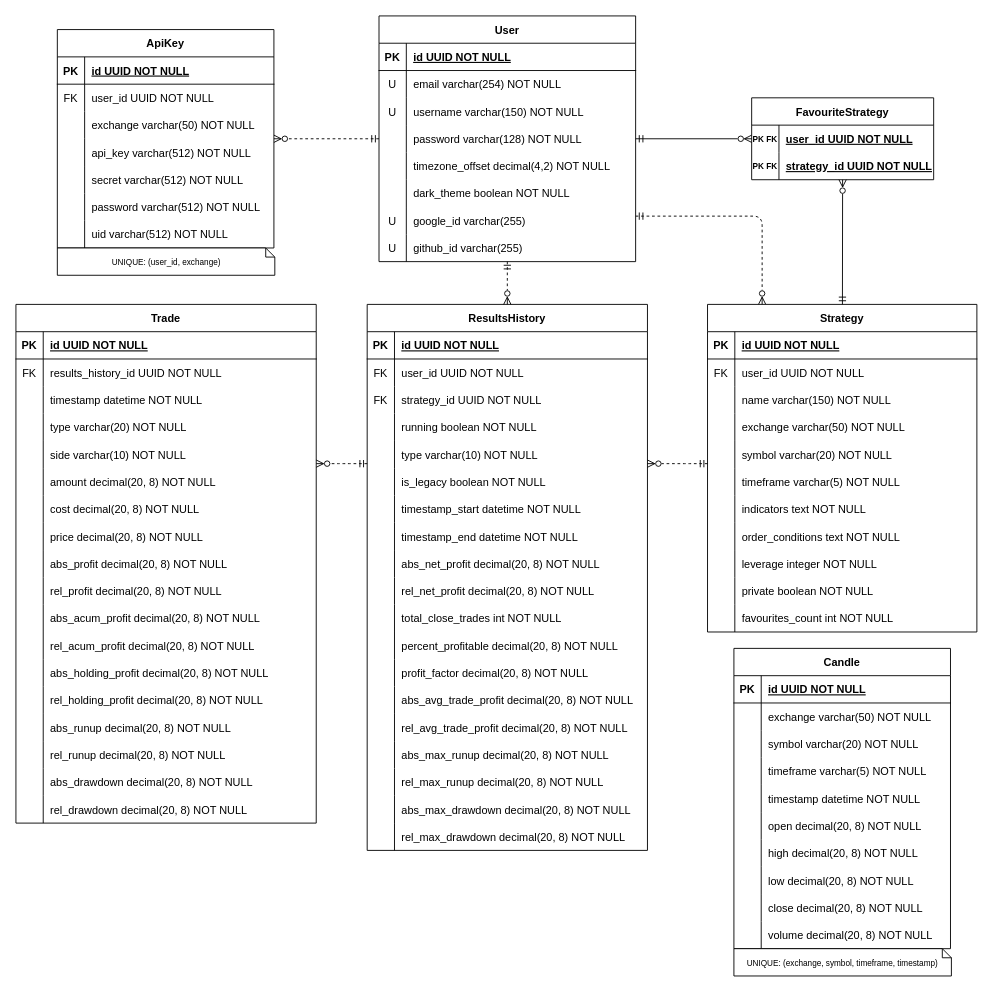
Above: docs/ERD.drawio in pgr866/Stratify (draw.io), before the change. Source tidied: cells renumbered, new cells numbered last; positions are measured from the earlier drawing's top-left corner, leaving out a move shared by most shapes. Both pictures are drawn from the tidied source at 91%, with x=0, y=0 at pixel (15, 15).
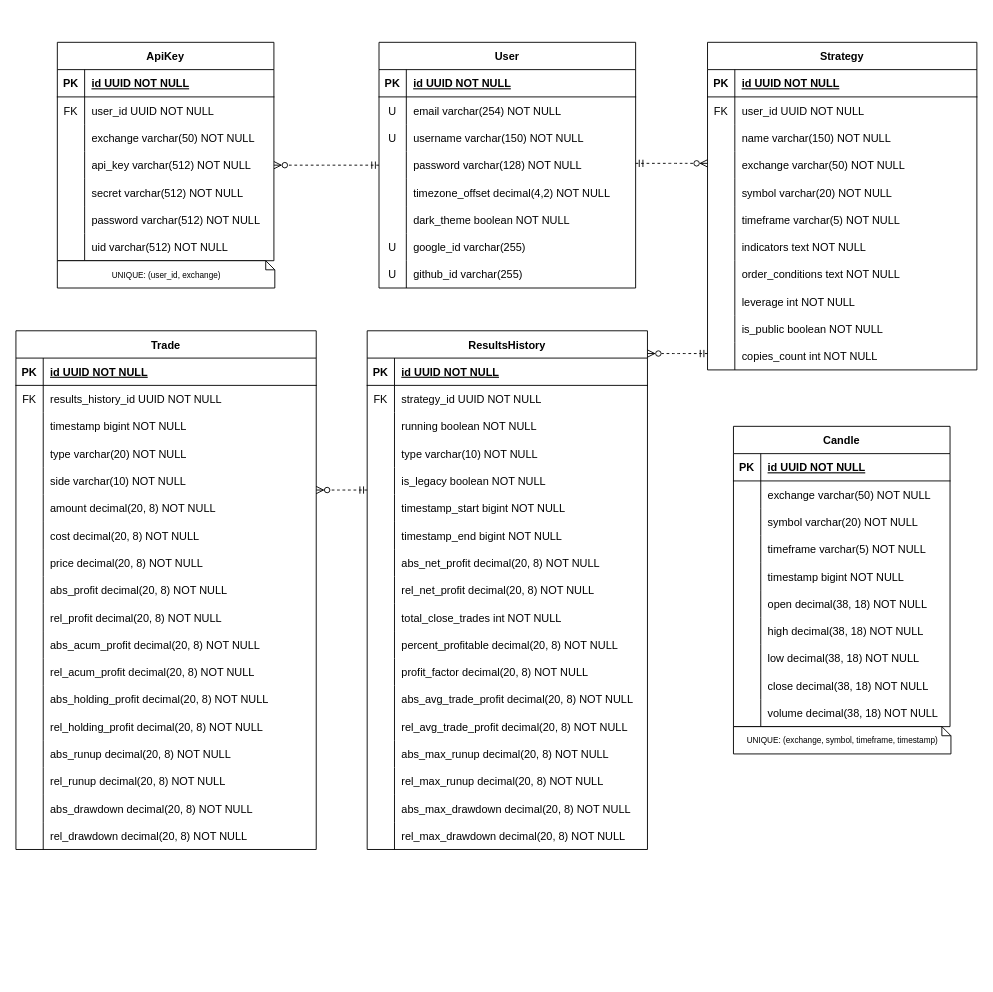
The same page after the edit.

Unchanged cells that the change refers to:
```xml
<mxCell id="28" style="shape=partialRectangle;fillColor=none;top=0;left=0;right=0;bottom=0;" parent="3" vertex="1">
  <mxGeometry y="270" width="296" height="30" as="geometry" />
</mxCell>
<mxCell id="31" style="shape=partialRectangle;fillColor=none;top=0;left=0;right=0;bottom=0;" parent="3" vertex="1">
  <mxGeometry y="300" width="296" height="30" as="geometry" />
</mxCell>
<mxCell id="34" style="shape=partialRectangle;fillColor=none;top=0;left=0;right=0;bottom=0;" parent="3" vertex="1">
  <mxGeometry y="330" width="296" height="30" as="geometry" />
</mxCell>
<mxCell id="98" style="shape=partialRectangle;fillColor=none;top=0;left=0;right=0;bottom=0;" parent="85" vertex="1">
  <mxGeometry y="150" width="238" height="30" as="geometry" />
</mxCell>
<mxCell id="101" style="shape=partialRectangle;fillColor=none;top=0;left=0;right=0;bottom=0;" parent="85" vertex="1">
  <mxGeometry y="180" width="238" height="30" as="geometry" />
</mxCell>
<mxCell id="104" style="shape=partialRectangle;fillColor=none;top=0;left=0;right=0;bottom=0;" parent="85" vertex="1">
  <mxGeometry y="210" width="238" height="30" as="geometry" />
</mxCell>
<mxCell id="107" style="shape=partialRectangle;fillColor=none;top=0;left=0;right=0;bottom=0;" parent="85" vertex="1">
  <mxGeometry y="240" width="238" height="30" as="geometry" />
</mxCell>
<mxCell id="110" style="shape=partialRectangle;fillColor=none;top=0;left=0;right=0;bottom=0;" parent="85" vertex="1">
  <mxGeometry y="270" width="238" height="30" as="geometry" />
</mxCell>
<mxCell id="113" style="shape=partialRectangle;fillColor=none;top=0;left=0;right=0;bottom=0;" parent="85" vertex="1">
  <mxGeometry y="300" width="238" height="30" as="geometry" />
</mxCell>
<mxCell id="183" style="shape=partialRectangle;fillColor=none;top=0;left=0;right=0;bottom=0;" parent="176" vertex="1">
  <mxGeometry y="90" width="330" height="30" as="geometry" />
</mxCell>
```

What changed in the source:
```diff
@@
     <mxCell id="2" style="endArrow=ERzeroToMany;startArrow=ERmandOne;endFill=0;startFill=0;edgeStyle=orthogonalEdgeStyle;dashed=1;" parent="1" edge="1" source="37" target="3">
       <mxGeometry relative="1" as="geometry">
         <Array as="points">
-          <mxPoint x="820" y="220" />
+          <mxPoint x="728" y="162" />
+          <mxPoint x="728" y="162" />
         </Array>
       </mxGeometry>
     </mxCell>
     <mxCell id="3" value="Strategy" style="shape=table;startSize=30;childLayout=tableLayout;rowLines=0;fontStyle=1;align=center;" parent="1" vertex="1">
-      <mxGeometry x="760" y="317" width="296" height="360" as="geometry" />
+      <mxGeometry x="760" y="29" width="296" height="360" as="geometry" />
     </mxCell>
@@
-    <mxCell id="30" value="leverage integer NOT NULL" style="shape=partialRectangle;overflow=hidden;fillColor=none;top=0;left=0;bottom=0;right=0;align=left;spacingLeft=6;" parent="28" vertex="1">
+    <mxCell id="30" value="leverage int NOT NULL" style="shape=partialRectangle;overflow=hidden;fillColor=none;top=0;left=0;bottom=0;right=0;align=left;spacingLeft=6;" parent="28" vertex="1">
       <mxGeometry x="30" width="266" height="30" as="geometry" />
     </mxCell>
@@
-    <mxCell id="33" value="private boolean NOT NULL" style="shape=partialRectangle;overflow=hidden;fillColor=none;top=0;left=0;bottom=0;right=0;align=left;spacingLeft=6;" parent="31" vertex="1">
+    <mxCell id="33" value="is_public boolean NOT NULL" style="shape=partialRectangle;overflow=hidden;fillColor=none;top=0;left=0;bottom=0;right=0;align=left;spacingLeft=6;" parent="31" vertex="1">
       <mxGeometry x="30" width="266" height="30" as="geometry" />
     </mxCell>
@@
-    <mxCell id="36" value="favourites_count int NOT NULL" style="shape=partialRectangle;overflow=hidden;fillColor=none;top=0;left=0;bottom=0;right=0;align=left;spacingLeft=6;" parent="34" vertex="1">
+    <mxCell id="36" value="copies_count int NOT NULL" style="shape=partialRectangle;overflow=hidden;fillColor=none;top=0;left=0;bottom=0;right=0;align=left;spacingLeft=6;" parent="34" vertex="1">
       <mxGeometry x="30" width="266" height="30" as="geometry" />
     </mxCell>
     <mxCell id="37" value="User" style="shape=table;startSize=30;childLayout=tableLayout;rowLines=0;fontStyle=1;align=center;" parent="1" vertex="1">
-      <mxGeometry x="399" width="282" height="270" as="geometry" />
+      <mxGeometry x="399" y="29" width="282" height="270" as="geometry" />
     </mxCell>
@@
     <mxCell id="62" value="ApiKey" style="shape=table;startSize=30;childLayout=tableLayout;rowLines=0;fontStyle=1;align=center;" parent="1" vertex="1">
-      <mxGeometry x="45.5" y="15" width="238" height="240" as="geometry" />
+      <mxGeometry x="45.5" y="29" width="238" height="240" as="geometry" />
     </mxCell>
@@
-    <mxCell id="84" style="endArrow=ERzeroToMany;startArrow=ERmandOne;endFill=0;startFill=0;dashed=1;" parent="1" edge="1" source="37" target="62">
-      <mxGeometry relative="1" as="geometry" />
+    <mxCell id="84" style="endArrow=ERzeroToMany;startArrow=ERmandOne;endFill=0;startFill=0;dashed=1;edgeStyle=orthogonalEdgeStyle;" parent="1" edge="1" source="37" target="62">
+      <mxGeometry relative="1" as="geometry">
+        <Array as="points">
+          <mxPoint x="348" y="164" />
+          <mxPoint x="348" y="164" />
+        </Array>
+      </mxGeometry>
     </mxCell>
     <mxCell id="85" value="Candle" style="shape=table;startSize=30;childLayout=tableLayout;rowLines=0;fontStyle=1;align=center;" parent="1" vertex="1">
-      <mxGeometry x="789" y="695" width="238" height="330" as="geometry" />
+      <mxGeometry x="788.5" y="451" width="238" height="330" as="geometry" />
     </mxCell>
@@
-    <mxCell id="100" value="timestamp datetime NOT NULL" style="shape=partialRectangle;overflow=hidden;fillColor=none;top=0;left=0;bottom=0;right=0;align=left;spacingLeft=6;" parent="98" vertex="1">
+    <mxCell id="100" value="timestamp bigint NOT NULL" style="shape=partialRectangle;overflow=hidden;fillColor=none;top=0;left=0;bottom=0;right=0;align=left;spacingLeft=6;" parent="98" vertex="1">
       <mxGeometry x="30" width="208" height="30" as="geometry" />
     </mxCell>
@@
-    <mxCell id="103" value="open decimal(20, 8) NOT NULL" style="shape=partialRectangle;overflow=hidden;fillColor=none;top=0;left=0;bottom=0;right=0;align=left;spacingLeft=6;" parent="101" vertex="1">
+    <mxCell id="103" value="open decimal(38, 18) NOT NULL" style="shape=partialRectangle;overflow=hidden;fillColor=none;top=0;left=0;bottom=0;right=0;align=left;spacingLeft=6;" parent="101" vertex="1">
       <mxGeometry x="30" width="208" height="30" as="geometry" />
     </mxCell>
@@
-    <mxCell id="106" value="high decimal(20, 8) NOT NULL" style="shape=partialRectangle;overflow=hidden;fillColor=none;top=0;left=0;bottom=0;right=0;align=left;spacingLeft=6;" parent="104" vertex="1">
+    <mxCell id="106" value="high decimal(38, 18) NOT NULL" style="shape=partialRectangle;overflow=hidden;fillColor=none;top=0;left=0;bottom=0;right=0;align=left;spacingLeft=6;" parent="104" vertex="1">
       <mxGeometry x="30" width="208" height="30" as="geometry" />
     </mxCell>
@@
-    <mxCell id="109" value="low decimal(20, 8) NOT NULL" style="shape=partialRectangle;overflow=hidden;fillColor=none;top=0;left=0;bottom=0;right=0;align=left;spacingLeft=6;" parent="107" vertex="1">
+    <mxCell id="109" value="low decimal(38, 18) NOT NULL" style="shape=partialRectangle;overflow=hidden;fillColor=none;top=0;left=0;bottom=0;right=0;align=left;spacingLeft=6;" parent="107" vertex="1">
       <mxGeometry x="30" width="208" height="30" as="geometry" />
     </mxCell>
@@
-    <mxCell id="112" value="close decimal(20, 8) NOT NULL" style="shape=partialRectangle;overflow=hidden;fillColor=none;top=0;left=0;bottom=0;right=0;align=left;spacingLeft=6;" parent="110" vertex="1">
+    <mxCell id="112" value="close decimal(38, 18) NOT NULL" style="shape=partialRectangle;overflow=hidden;fillColor=none;top=0;left=0;bottom=0;right=0;align=left;spacingLeft=6;" parent="110" vertex="1">
       <mxGeometry x="30" width="208" height="30" as="geometry" />
     </mxCell>
@@
-    <mxCell id="115" value="volume decimal(20, 8) NOT NULL" style="shape=partialRectangle;overflow=hidden;fillColor=none;top=0;left=0;bottom=0;right=0;align=left;spacingLeft=6;" parent="113" vertex="1">
+    <mxCell id="115" value="volume decimal(38, 18) NOT NULL" style="shape=partialRectangle;overflow=hidden;fillColor=none;top=0;left=0;bottom=0;right=0;align=left;spacingLeft=6;" parent="113" vertex="1">
       <mxGeometry x="30" width="208" height="30" as="geometry" />
     </mxCell>
     <mxCell id="116" value="ResultsHistory" style="shape=table;startSize=30;childLayout=tableLayout;rowLines=0;fontStyle=1;align=center;" parent="1" vertex="1">
-      <mxGeometry x="386" y="317" width="308" height="600" as="geometry" />
+      <mxGeometry x="386" y="346" width="308" height="570" as="geometry" />
     </mxCell>
@@
-    <mxCell id="120" style="shape=partialRectangle;fillColor=none;top=0;left=0;right=0;bottom=0;" parent="116" vertex="1">
-      <mxGeometry y="60" width="308" height="30" as="geometry" />
-    </mxCell>
-    <mxCell id="121" value="FK" style="shape=partialRectangle;overflow=hidden;fillColor=none;top=0;left=0;bottom=0;right=0;" parent="120" vertex="1">
-      <mxGeometry width="30" height="30" as="geometry" />
-    </mxCell>
-    <mxCell id="122" value="user_id UUID NOT NULL" style="shape=partialRectangle;overflow=hidden;fillColor=none;top=0;left=0;bottom=0;right=0;align=left;spacingLeft=6;" parent="120" vertex="1">
-      <mxGeometry x="30" width="278" height="30" as="geometry" />
-    </mxCell>
     <mxCell id="123" style="shape=partialRectangle;fillColor=none;top=0;left=0;right=0;bottom=0;" parent="116" vertex="1">
-      <mxGeometry y="90" width="308" height="30" as="geometry" />
+      <mxGeometry y="60" width="308" height="30" as="geometry" />
     </mxCell>
@@
     <mxCell id="126" style="shape=partialRectangle;fillColor=none;top=0;left=0;right=0;bottom=0;" parent="116" vertex="1">
-      <mxGeometry y="120" width="308" height="30" as="geometry" />
+      <mxGeometry y="90" width="308" height="30" as="geometry" />
     </mxCell>
@@
     <mxCell id="129" style="shape=partialRectangle;fillColor=none;top=0;left=0;right=0;bottom=0;" parent="116" vertex="1">
-      <mxGeometry y="150" width="308" height="30" as="geometry" />
+      <mxGeometry y="120" width="308" height="30" as="geometry" />
     </mxCell>
@@
     <mxCell id="132" style="shape=partialRectangle;fillColor=none;top=0;left=0;right=0;bottom=0;" parent="116" vertex="1">
-      <mxGeometry y="180" width="308" height="30" as="geometry" />
+      <mxGeometry y="150" width="308" height="30" as="geometry" />
     </mxCell>
@@
     <mxCell id="135" style="shape=partialRectangle;fillColor=none;top=0;left=0;right=0;bottom=0;" parent="116" vertex="1">
-      <mxGeometry y="210" width="308" height="30" as="geometry" />
+      <mxGeometry y="180" width="308" height="30" as="geometry" />
     </mxCell>
@@
-    <mxCell id="137" value="timestamp_start datetime NOT NULL" style="shape=partialRectangle;overflow=hidden;fillColor=none;top=0;left=0;bottom=0;right=0;align=left;spacingLeft=6;" parent="135" vertex="1">
+    <mxCell id="137" value="timestamp_start bigint NOT NULL" style="shape=partialRectangle;overflow=hidden;fillColor=none;top=0;left=0;bottom=0;right=0;align=left;spacingLeft=6;" parent="135" vertex="1">
       <mxGeometry x="30" width="278" height="30" as="geometry" />
     </mxCell>
     <mxCell id="138" style="shape=partialRectangle;fillColor=none;top=0;left=0;right=0;bottom=0;" parent="116" vertex="1">
-      <mxGeometry y="240" width="308" height="30" as="geometry" />
+      <mxGeometry y="210" width="308" height="30" as="geometry" />
     </mxCell>
@@
-    <mxCell id="140" value="timestamp_end datetime NOT NULL" style="shape=partialRectangle;overflow=hidden;fillColor=none;top=0;left=0;bottom=0;right=0;align=left;spacingLeft=6;" parent="138" vertex="1">
+    <mxCell id="140" value="timestamp_end bigint NOT NULL" style="shape=partialRectangle;overflow=hidden;fillColor=none;top=0;left=0;bottom=0;right=0;align=left;spacingLeft=6;" parent="138" vertex="1">
       <mxGeometry x="30" width="278" height="30" as="geometry" />
     </mxCell>
     <mxCell id="141" style="shape=partialRectangle;fillColor=none;top=0;left=0;right=0;bottom=0;" parent="116" vertex="1">
-      <mxGeometry y="270" width="308" height="30" as="geometry" />
+      <mxGeometry y="240" width="308" height="30" as="geometry" />
     </mxCell>
@@
     <mxCell id="144" style="shape=partialRectangle;fillColor=none;top=0;left=0;right=0;bottom=0;" parent="116" vertex="1">
-      <mxGeometry y="300" width="308" height="30" as="geometry" />
+      <mxGeometry y="270" width="308" height="30" as="geometry" />
     </mxCell>
@@
     <mxCell id="147" style="shape=partialRectangle;fillColor=none;top=0;left=0;right=0;bottom=0;" parent="116" vertex="1">
-      <mxGeometry y="330" width="308" height="30" as="geometry" />
+      <mxGeometry y="300" width="308" height="30" as="geometry" />
     </mxCell>
@@
     <mxCell id="150" style="shape=partialRectangle;fillColor=none;top=0;left=0;right=0;bottom=0;" parent="116" vertex="1">
-      <mxGeometry y="360" width="308" height="30" as="geometry" />
+      <mxGeometry y="330" width="308" height="30" as="geometry" />
     </mxCell>
@@
     <mxCell id="153" style="shape=partialRectangle;fillColor=none;top=0;left=0;right=0;bottom=0;" parent="116" vertex="1">
-      <mxGeometry y="390" width="308" height="30" as="geometry" />
+      <mxGeometry y="360" width="308" height="30" as="geometry" />
     </mxCell>
@@
     <mxCell id="156" style="shape=partialRectangle;fillColor=none;top=0;left=0;right=0;bottom=0;" parent="116" vertex="1">
-      <mxGeometry y="420" width="308" height="30" as="geometry" />
+      <mxGeometry y="390" width="308" height="30" as="geometry" />
     </mxCell>
@@
     <mxCell id="159" style="shape=partialRectangle;fillColor=none;top=0;left=0;right=0;bottom=0;" parent="116" vertex="1">
-      <mxGeometry y="450" width="308" height="30" as="geometry" />
+      <mxGeometry y="420" width="308" height="30" as="geometry" />
     </mxCell>
@@
     <mxCell id="162" style="shape=partialRectangle;fillColor=none;top=0;left=0;right=0;bottom=0;" parent="116" vertex="1">
-      <mxGeometry y="480" width="308" height="30" as="geometry" />
+      <mxGeometry y="450" width="308" height="30" as="geometry" />
     </mxCell>
@@
     <mxCell id="165" style="shape=partialRectangle;fillColor=none;top=0;left=0;right=0;bottom=0;" parent="116" vertex="1">
-      <mxGeometry y="510" width="308" height="30" as="geometry" />
+      <mxGeometry y="480" width="308" height="30" as="geometry" />
     </mxCell>
@@
     <mxCell id="168" style="shape=partialRectangle;fillColor=none;top=0;left=0;right=0;bottom=0;" parent="116" vertex="1">
-      <mxGeometry y="540" width="308" height="30" as="geometry" />
+      <mxGeometry y="510" width="308" height="30" as="geometry" />
     </mxCell>
@@
     <mxCell id="171" style="shape=partialRectangle;fillColor=none;top=0;left=0;right=0;bottom=0;" parent="116" vertex="1">
-      <mxGeometry y="570" width="308" height="30" as="geometry" />
+      <mxGeometry y="540" width="308" height="30" as="geometry" />
     </mxCell>
@@
-    <mxCell id="174" style="endArrow=ERzeroToMany;startArrow=ERmandOne;endFill=0;startFill=0;dashed=1;" parent="1" edge="1" source="37" target="116">
-      <mxGeometry relative="1" as="geometry" />
-    </mxCell>
     <mxCell id="175" style="endArrow=ERzeroToMany;startArrow=ERmandOne;endFill=0;startFill=0;edgeStyle=orthogonalEdgeStyle;dashed=1;" parent="1" edge="1" source="3" target="116">
       <mxGeometry relative="1" as="geometry">
         <Array as="points">
-          <mxPoint x="730" y="492" />
-          <mxPoint x="730" y="492" />
+          <mxPoint x="728" y="371" />
+          <mxPoint x="728" y="371" />
         </Array>
       </mxGeometry>
     </mxCell>
     <mxCell id="176" value="Trade" style="shape=table;startSize=30;childLayout=tableLayout;rowLines=0;fontStyle=1;align=center;" parent="1" vertex="1">
-      <mxGeometry y="317" width="330" height="570" as="geometry" />
+      <mxGeometry y="346" width="330" height="570" as="geometry" />
     </mxCell>
@@
-    <mxCell id="185" value="timestamp datetime NOT NULL" style="shape=partialRectangle;overflow=hidden;fillColor=none;top=0;left=0;bottom=0;right=0;align=left;spacingLeft=6;" parent="183" vertex="1">
+    <mxCell id="185" value="timestamp bigint NOT NULL" style="shape=partialRectangle;overflow=hidden;fillColor=none;top=0;left=0;bottom=0;right=0;align=left;spacingLeft=6;" parent="183" vertex="1">
       <mxGeometry x="30" width="300" height="30" as="geometry" />
     </mxCell>
@@
-    <mxCell id="231" value="FavouriteStrategy" style="shape=table;startSize=30;childLayout=tableLayout;rowLines=0;fontStyle=1;align=center;" parent="1" vertex="1">
-      <mxGeometry x="808.5" y="90" width="200" height="90" as="geometry" />
-    </mxCell>
-    <mxCell id="232" style="shape=partialRectangle;fillColor=none;top=0;left=0;right=0;bottom=0;" parent="231" vertex="1">
-      <mxGeometry y="30" width="200" height="30" as="geometry" />
-    </mxCell>
-    <mxCell id="233" value="PK FK" style="shape=partialRectangle;overflow=hidden;fillColor=none;top=0;left=0;bottom=0;right=0;fontStyle=1;fontSize=9;" parent="232" vertex="1">
-      <mxGeometry width="30" height="30" as="geometry" />
-    </mxCell>
-    <mxCell id="234" value="user_id UUID NOT NULL" style="shape=partialRectangle;overflow=hidden;fillColor=none;top=0;left=0;bottom=0;right=0;align=left;spacingLeft=6;fontStyle=5;" parent="232" vertex="1">
-      <mxGeometry x="30" width="170" height="30" as="geometry" />
-    </mxCell>
-    <mxCell id="235" style="shape=partialRectangle;fillColor=none;top=0;left=0;right=0;bottom=0;" parent="231" vertex="1">
-      <mxGeometry y="60" width="200" height="30" as="geometry" />
-    </mxCell>
-    <mxCell id="236" value="PK FK" style="shape=partialRectangle;overflow=hidden;fillColor=none;top=0;left=0;bottom=0;right=0;fontSize=9;fontStyle=1;" parent="235" vertex="1">
-      <mxGeometry width="30" height="30" as="geometry" />
-    </mxCell>
-    <mxCell id="237" value="strategy_id UUID NOT NULL" style="shape=partialRectangle;overflow=hidden;fillColor=none;top=0;left=0;bottom=0;right=0;align=left;spacingLeft=6;fontStyle=5;" parent="235" vertex="1">
-      <mxGeometry x="30" width="170" height="30" as="geometry" />
-    </mxCell>
-    <mxCell id="238" style="endArrow=ERzeroToMany;startArrow=ERmandOne;endFill=0;startFill=0;" parent="1" edge="1" source="37" target="231">
-      <mxGeometry relative="1" as="geometry" />
-    </mxCell>
-    <mxCell id="239" style="endArrow=ERzeroToMany;startArrow=ERmandOne;endFill=0;startFill=0;" parent="1" edge="1" source="3" target="231">
-      <mxGeometry relative="1" as="geometry" />
-    </mxCell>
     <mxCell id="240" style="endArrow=ERzeroToMany;startArrow=ERmandOne;endFill=0;startFill=0;edgeStyle=orthogonalEdgeStyle;dashed=1;" parent="1" edge="1" source="116" target="176">
       <mxGeometry relative="1" as="geometry">
         <Array as="points">
-          <mxPoint x="360" y="492" />
-          <mxPoint x="360" y="492" />
+          <mxPoint x="360" y="521" />
+          <mxPoint x="360" y="521" />
         </Array>
       </mxGeometry>
     </mxCell>
     <mxCell id="241" value="&lt;font style=&quot;font-size: 9px;&quot;&gt;UNIQUE: (exchange, symbol, timeframe, timestamp)&lt;/font&gt;" style="shape=note;size=10;whiteSpace=wrap;html=1;" parent="1" vertex="1">
-      <mxGeometry x="789" y="1025" width="239" height="30" as="geometry" />
+      <mxGeometry x="788.5" y="781" width="239" height="30" as="geometry" />
     </mxCell>
     <mxCell id="242" value="&lt;font style=&quot;font-size: 9px;&quot;&gt;UNIQUE: (user_id, exchange)&lt;/font&gt;" style="shape=note;size=10;whiteSpace=wrap;html=1;" parent="1" vertex="1">
-      <mxGeometry x="45.5" y="255" width="239" height="30" as="geometry" />
+      <mxGeometry x="45.5" y="269" width="239" height="30" as="geometry" />
     </mxCell>
```
